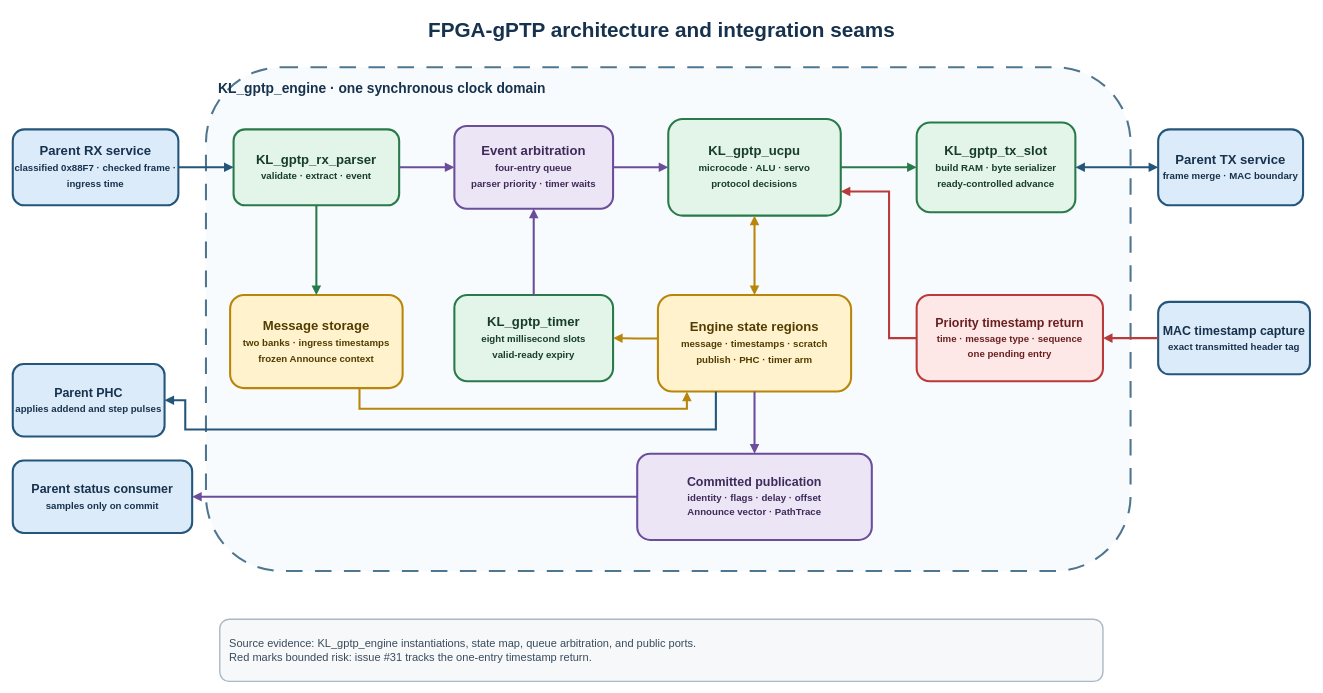
Above: docs/diagrams/gptp_architecture.drawio in Mister-M-alt/FPGA-gPTP (draw.io), before the change. Source tidied: cells renumbered, new cells numbered last; positions are measured from the earlier drawing's top-left corner, leaving out a move shared by most shapes. Both pictures are drawn from the tidied source at 69%, with x=0, y=0 at pixel (12, 12).
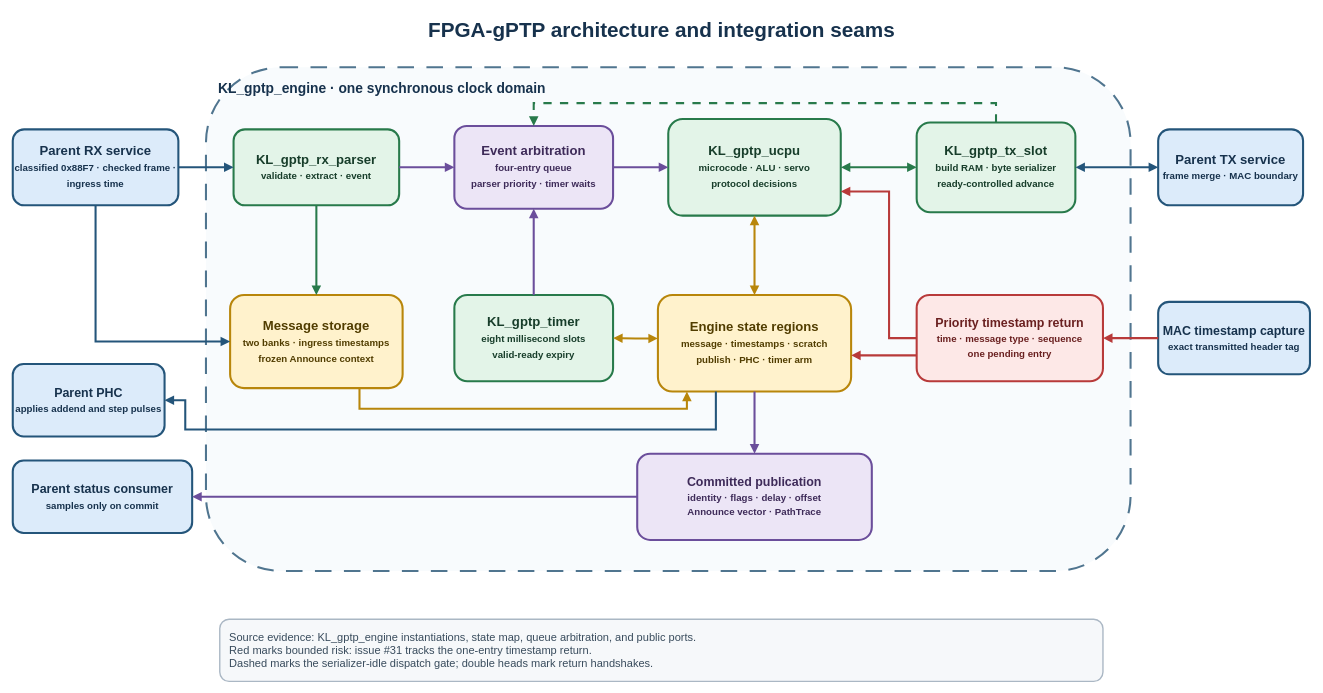
Above is the later version.

Commit message (it also covers changes not shown here):
Draw the four RTL seams the architecture diagram abstracted away

Unchanged cells that the change refers to:
```xml
<mxCell id="4" value="Parent RX service&lt;br&gt;&lt;font style=&quot;font-size:14px&quot;&gt;classified 0x88F7 · checked frame · ingress time&lt;/font&gt;" style="rounded=1;whiteSpace=wrap;html=1;align=center;verticalAlign=middle;fontSize=19;fontStyle=1;fillColor=#DCEBFA;strokeColor=#24557A;strokeWidth=3;fontColor=#17324D;" parent="1" vertex="1">
  <mxGeometry y="170" width="240" height="110" as="geometry" />
</mxCell>
<mxCell id="6" value="Message storage&lt;br&gt;&lt;font style=&quot;font-size:14px&quot;&gt;two banks · ingress timestamps&lt;br&gt;frozen Announce context&lt;/font&gt;" style="rounded=1;whiteSpace=wrap;html=1;align=center;verticalAlign=middle;fontSize=19;fontStyle=1;fillColor=#FFF2CC;strokeColor=#B8860B;strokeWidth=3;fontColor=#513D00;" parent="1" vertex="1">
  <mxGeometry x="315" y="410" width="250" height="135" as="geometry" />
</mxCell>
<mxCell id="7" value="Event arbitration&lt;br&gt;&lt;font style=&quot;font-size:14px&quot;&gt;four-entry queue&lt;br&gt;parser priority · timer waits&lt;/font&gt;" style="rounded=1;whiteSpace=wrap;html=1;align=center;verticalAlign=middle;fontSize=19;fontStyle=1;fillColor=#ECE5F6;strokeColor=#6B4E9B;strokeWidth=3;fontColor=#3E2B59;" parent="1" vertex="1">
  <mxGeometry x="640" y="165" width="230" height="120" as="geometry" />
</mxCell>
<mxCell id="8" value="KL_gptp_ucpu&lt;br&gt;&lt;font style=&quot;font-size:14px&quot;&gt;microcode · ALU · servo&lt;br&gt;protocol decisions&lt;/font&gt;" style="rounded=1;whiteSpace=wrap;html=1;align=center;verticalAlign=middle;fontSize=19;fontStyle=1;fillColor=#E3F4E8;strokeColor=#287A4B;strokeWidth=3;fontColor=#173D2A;" parent="1" vertex="1">
  <mxGeometry x="950" y="155" width="250" height="140" as="geometry" />
</mxCell>
<mxCell id="9" value="KL_gptp_tx_slot&lt;br&gt;&lt;font style=&quot;font-size:14px&quot;&gt;build RAM · byte serializer&lt;br&gt;ready-controlled advance&lt;/font&gt;" style="rounded=1;whiteSpace=wrap;html=1;align=center;verticalAlign=middle;fontSize=19;fontStyle=1;fillColor=#E3F4E8;strokeColor=#287A4B;strokeWidth=3;fontColor=#173D2A;" parent="1" vertex="1">
  <mxGeometry x="1310" y="160" width="230" height="130" as="geometry" />
</mxCell>
<mxCell id="11" value="KL_gptp_timer&lt;br&gt;&lt;font style=&quot;font-size:14px&quot;&gt;eight millisecond slots&lt;br&gt;valid-ready expiry&lt;/font&gt;" style="rounded=1;whiteSpace=wrap;html=1;align=center;verticalAlign=middle;fontSize=19;fontStyle=1;fillColor=#E3F4E8;strokeColor=#287A4B;strokeWidth=3;fontColor=#173D2A;" parent="1" vertex="1">
  <mxGeometry x="640" y="410" width="230" height="125" as="geometry" />
</mxCell>
<mxCell id="12" value="Engine state regions&lt;br&gt;&lt;font style=&quot;font-size:14px&quot;&gt;message · timestamps · scratch&lt;br&gt;publish · PHC · timer arm&lt;/font&gt;" style="rounded=1;whiteSpace=wrap;html=1;align=center;verticalAlign=middle;fontSize=19;fontStyle=1;fillColor=#FFF2CC;strokeColor=#B8860B;strokeWidth=3;fontColor=#513D00;" parent="1" vertex="1">
  <mxGeometry x="935" y="410" width="280" height="140" as="geometry" />
</mxCell>
<mxCell id="13" value="Priority timestamp return&lt;br&gt;&lt;font style=&quot;font-size:14px&quot;&gt;time · message type · sequence&lt;br&gt;one pending entry&lt;/font&gt;" style="rounded=1;whiteSpace=wrap;html=1;align=center;verticalAlign=middle;fontSize=18;fontStyle=1;fillColor=#FDE8E7;strokeColor=#B83A3A;strokeWidth=3;fontColor=#6A2020;" parent="1" vertex="1">
  <mxGeometry x="1310" y="410" width="270" height="125" as="geometry" />
</mxCell>
```

Change to the diagram source:
```diff
@@
-    <mxCell id="18" value="Source evidence: KL_gptp_engine instantiations, state map, queue arbitration, and public ports.&#10;Red marks bounded risk: issue #31 tracks the one-entry timestamp return." style="rounded=1;whiteSpace=wrap;html=1;align=left;verticalAlign=middle;fontSize=16;fontColor=#384B5C;fillColor=#F6F8FA;strokeColor=#AAB7C4;strokeWidth=2;spacing=14;" parent="1" vertex="1">
+    <mxCell id="18" value="Source evidence: KL_gptp_engine instantiations, state map, queue arbitration, and public ports.&#10;Red marks bounded risk: issue #31 tracks the one-entry timestamp return.&#10;Dashed marks the serializer-idle dispatch gate; double heads mark return handshakes." style="rounded=1;whiteSpace=wrap;html=1;align=left;verticalAlign=middle;fontSize=16;fontColor=#384B5C;fillColor=#F6F8FA;strokeColor=#AAB7C4;strokeWidth=2;spacing=14;" parent="1" vertex="1">
       <mxGeometry x="300" y="880" width="1280" height="90" as="geometry" />
     </mxCell>
@@
-    <mxCell id="26" style="edgeStyle=orthogonalEdgeStyle;rounded=0;html=1;endArrow=block;endFill=1;strokeColor=#B8860B;strokeWidth=3;exitX=0;exitY=0.45;exitDx=0;exitDy=0;entryX=1;entryY=0.5;entryDx=0;entryDy=0;" parent="1" edge="1" source="12" target="11">
+    <mxCell id="26" style="edgeStyle=orthogonalEdgeStyle;rounded=0;html=1;startArrow=block;startFill=1;endArrow=block;endFill=1;strokeColor=#B8860B;strokeWidth=3;exitX=0;exitY=0.45;exitDx=0;exitDy=0;entryX=1;entryY=0.5;entryDx=0;entryDy=0;" parent="1" edge="1" source="12" target="11">
       <mxGeometry relative="1" as="geometry" />
     </mxCell>
-    <mxCell id="27" style="edgeStyle=orthogonalEdgeStyle;rounded=0;html=1;endArrow=block;endFill=1;strokeColor=#287A4B;strokeWidth=3;exitX=1;exitY=0.5;exitDx=0;exitDy=0;entryX=0;entryY=0.5;entryDx=0;entryDy=0;" parent="1" edge="1" source="8" target="9">
+    <mxCell id="27" style="edgeStyle=orthogonalEdgeStyle;rounded=0;html=1;startArrow=block;startFill=1;endArrow=block;endFill=1;strokeColor=#287A4B;strokeWidth=3;exitX=1;exitY=0.5;exitDx=0;exitDy=0;entryX=0;entryY=0.5;entryDx=0;entryDy=0;" parent="1" edge="1" source="8" target="9">
       <mxGeometry relative="1" as="geometry" />
     </mxCell>
@@
+    <mxCell id="34" style="edgeStyle=orthogonalEdgeStyle;rounded=0;html=1;endArrow=block;endFill=1;strokeColor=#24557A;strokeWidth=3;exitX=0.5;exitY=1;exitDx=0;exitDy=0;entryX=0;entryY=0.5;entryDx=0;entryDy=0;" parent="1" edge="1" source="4" target="6">
+      <mxGeometry relative="1" as="geometry">
+        <Array as="points">
+          <mxPoint x="120" y="477" />
+        </Array>
+      </mxGeometry>
+    </mxCell>
+    <mxCell id="35" style="edgeStyle=orthogonalEdgeStyle;rounded=0;html=1;endArrow=block;endFill=1;strokeColor=#287A4B;strokeWidth=3;dashed=1;dashPattern=4 4;exitX=0.5;exitY=0;exitDx=0;exitDy=0;entryX=0.5;entryY=0;entryDx=0;entryDy=0;" parent="1" edge="1" source="9" target="7">
+      <mxGeometry relative="1" as="geometry">
+        <Array as="points">
+          <mxPoint x="1425" y="132" />
+          <mxPoint x="755" y="132" />
+        </Array>
+      </mxGeometry>
+    </mxCell>
+    <mxCell id="36" style="edgeStyle=orthogonalEdgeStyle;rounded=0;html=1;endArrow=block;endFill=1;strokeColor=#B83A3A;strokeWidth=3;exitX=0;exitY=0.7;exitDx=0;exitDy=0;entryX=1;entryY=0.625;entryDx=0;entryDy=0;" parent="1" edge="1" source="13" target="12">
+      <mxGeometry relative="1" as="geometry" />
+    </mxCell>
```
